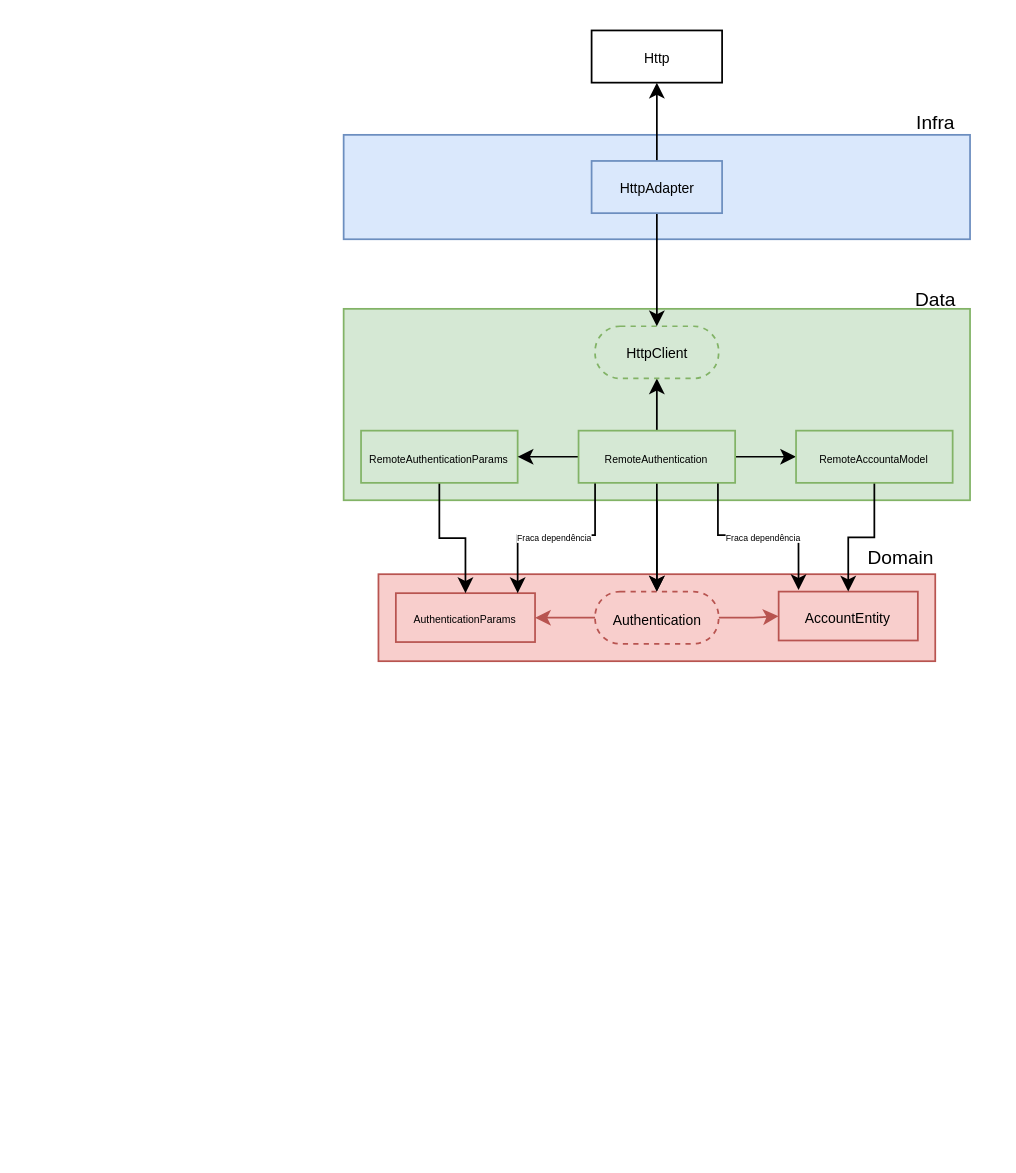
This is Diagrama sem nome.drawio from GamingTechEdu/arquitetura, a draw.io file, before an edit. Source tidied: cells renumbered, new cells numbered last; positions are measured from the earlier drawing's top-left corner, leaving out a move shared by most shapes. Both pictures are drawn from the tidied source at 174%, with x=0, y=0 at pixel (343, 30).
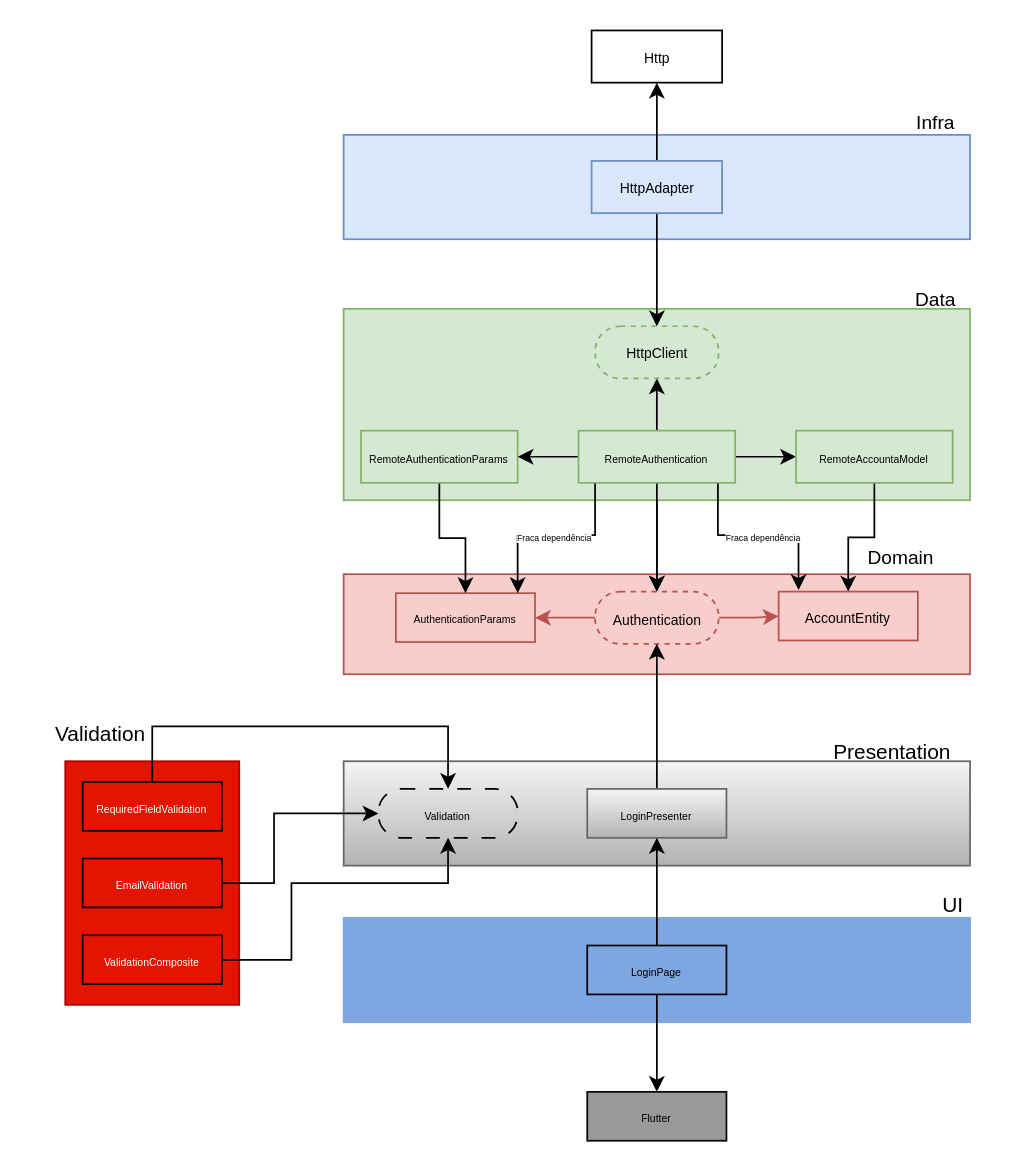
The same page after the edit.

Unchanged cells that the change refers to:
```xml
<mxCell id="5" value="&lt;font style=&quot;font-size: 8px;&quot;&gt;Authentication&lt;/font&gt;" style="rounded=1;whiteSpace=wrap;html=1;arcSize=48;glass=0;shadow=0;dashed=1;fillColor=#f8cecc;strokeColor=#b85450;" parent="1" vertex="1">
  <mxGeometry x="144.5" y="322.5" width="71" height="30" as="geometry" />
</mxCell>
```

Change to the diagram source:
```diff
@@
     <mxCell id="2" style="rounded=0;whiteSpace=wrap;html=1;fillColor=#f8cecc;strokeColor=#b85450;" parent="1" vertex="1">
-      <mxGeometry x="20" y="312.5" width="320" height="50" as="geometry" />
+      <mxGeometry y="312.5" width="360" height="57.5" as="geometry" />
     </mxCell>
@@
+    <mxCell id="32" style="rounded=0;whiteSpace=wrap;html=1;fillColor=#f5f5f5;strokeColor=#666666;gradientColor=#b3b3b3;" parent="1" vertex="1">
+      <mxGeometry y="420" width="360" height="60" as="geometry" />
+    </mxCell>
+    <mxCell id="33" value="&lt;font style=&quot;font-size: 6px;&quot;&gt;Validation&lt;/font&gt;" style="rounded=1;whiteSpace=wrap;html=1;fillColor=none;arcSize=47;dashed=1;dashPattern=8 8;" parent="1" vertex="1">
+      <mxGeometry x="20" y="435.9" width="80" height="28.1" as="geometry" />
+    </mxCell>
+    <mxCell id="34" style="edgeStyle=orthogonalEdgeStyle;rounded=0;jettySize=auto;html=1;" parent="1" edge="1" source="35" target="5">
+      <mxGeometry relative="1" as="geometry" />
+    </mxCell>
+    <mxCell id="35" value="&lt;span style=&quot;font-size: 6px;&quot;&gt;LoginPresenter&lt;/span&gt;" style="rounded=0;whiteSpace=wrap;html=1;fillColor=#f5f5f5;strokeColor=#666666;gradientColor=#b3b3b3;" parent="1" vertex="1">
+      <mxGeometry x="140" y="435.9" width="80" height="28.1" as="geometry" />
+    </mxCell>
+    <mxCell id="36" style="rounded=0;whiteSpace=wrap;html=1;fillColor=#e51400;strokeColor=#B20000;fontColor=#ffffff;" parent="1" vertex="1">
+      <mxGeometry x="-160" y="420" width="100" height="140" as="geometry" />
+    </mxCell>
+    <mxCell id="37" style="edgeStyle=orthogonalEdgeStyle;rounded=0;jettySize=auto;html=1;" parent="1" edge="1" source="38" target="33">
+      <mxGeometry relative="1" as="geometry">
+        <Array as="points">
+          <mxPoint x="-110" y="400" />
+          <mxPoint x="60" y="400" />
+        </Array>
+      </mxGeometry>
+    </mxCell>
+    <mxCell id="38" value="&lt;span style=&quot;font-size: 6px;&quot;&gt;RequiredFieldValidation&lt;/span&gt;" style="rounded=0;whiteSpace=wrap;html=1;fillColor=#e51400;strokeColor=#080808;fontColor=#ffffff;" parent="1" vertex="1">
+      <mxGeometry x="-150" y="431.9" width="80" height="28.1" as="geometry" />
+    </mxCell>
+    <mxCell id="39" style="edgeStyle=orthogonalEdgeStyle;rounded=0;jettySize=auto;html=1;" parent="1" edge="1" source="40" target="33">
+      <mxGeometry relative="1" as="geometry">
+        <Array as="points">
+          <mxPoint x="-40" y="490" />
+          <mxPoint x="-40" y="450" />
+        </Array>
+      </mxGeometry>
+    </mxCell>
+    <mxCell id="40" value="&lt;span style=&quot;font-size: 6px;&quot;&gt;EmailValidation&lt;/span&gt;" style="rounded=0;whiteSpace=wrap;html=1;fillColor=#e51400;strokeColor=#080808;fontColor=#ffffff;" parent="1" vertex="1">
+      <mxGeometry x="-150" y="475.9" width="80" height="28.1" as="geometry" />
+    </mxCell>
+    <mxCell id="41" style="edgeStyle=orthogonalEdgeStyle;rounded=0;jettySize=auto;html=1;" parent="1" edge="1" source="42" target="33">
+      <mxGeometry relative="1" as="geometry">
+        <Array as="points">
+          <mxPoint x="-30" y="534" />
+          <mxPoint x="-30" y="490" />
+          <mxPoint x="60" y="490" />
+        </Array>
+      </mxGeometry>
+    </mxCell>
+    <mxCell id="42" value="&lt;span style=&quot;font-size: 6px;&quot;&gt;ValidationComposite&lt;br&gt;&lt;/span&gt;" style="rounded=0;whiteSpace=wrap;html=1;fillColor=#e51400;strokeColor=#080808;fontColor=#ffffff;" parent="1" vertex="1">
+      <mxGeometry x="-150" y="520" width="80" height="28.1" as="geometry" />
+    </mxCell>
+    <mxCell id="43" style="rounded=0;whiteSpace=wrap;html=1;fillColor=#7EA6E0;strokeColor=#7EA6E0;fontColor=#ffffff;" parent="1" vertex="1">
+      <mxGeometry y="510" width="360" height="60" as="geometry" />
+    </mxCell>
+    <mxCell id="44" style="edgeStyle=orthogonalEdgeStyle;rounded=0;jettySize=auto;html=1;" parent="1" edge="1" source="46" target="35">
+      <mxGeometry relative="1" as="geometry" />
+    </mxCell>
+    <mxCell id="45" style="edgeStyle=orthogonalEdgeStyle;rounded=0;jettySize=auto;html=1;" parent="1" edge="1" source="46" target="47">
+      <mxGeometry relative="1" as="geometry" />
+    </mxCell>
+    <mxCell id="46" value="&lt;span style=&quot;font-size: 6px;&quot;&gt;LoginPage&lt;/span&gt;" style="rounded=0;whiteSpace=wrap;html=1;fillColor=#7EA6E0;strokeColor=#080808;" parent="1" vertex="1">
+      <mxGeometry x="140" y="525.9" width="80" height="28.1" as="geometry" />
+    </mxCell>
+    <mxCell id="47" value="&lt;span style=&quot;font-size: 6px;&quot;&gt;Flutter&lt;/span&gt;" style="rounded=0;whiteSpace=wrap;html=1;fillColor=#999999;strokeColor=#080808;" parent="1" vertex="1">
+      <mxGeometry x="140" y="610" width="80" height="28.1" as="geometry" />
+    </mxCell>
+    <mxCell id="48" value="Presentation" style="text;html=1;align=center;verticalAlign=middle;strokeColor=none;fillColor=none;" parent="1" vertex="1">
+      <mxGeometry x="270" y="400" width="90" height="30" as="geometry" />
+    </mxCell>
+    <mxCell id="49" value="Validation" style="text;html=1;align=center;verticalAlign=middle;strokeColor=none;fillColor=none;" parent="1" vertex="1">
+      <mxGeometry x="-180" y="390" width="80" height="30" as="geometry" />
+    </mxCell>
+    <mxCell id="50" value="UI" style="text;html=1;align=center;verticalAlign=middle;strokeColor=none;fillColor=none;" parent="1" vertex="1">
+      <mxGeometry x="330" y="488" width="40" height="30" as="geometry" />
+    </mxCell>
```
